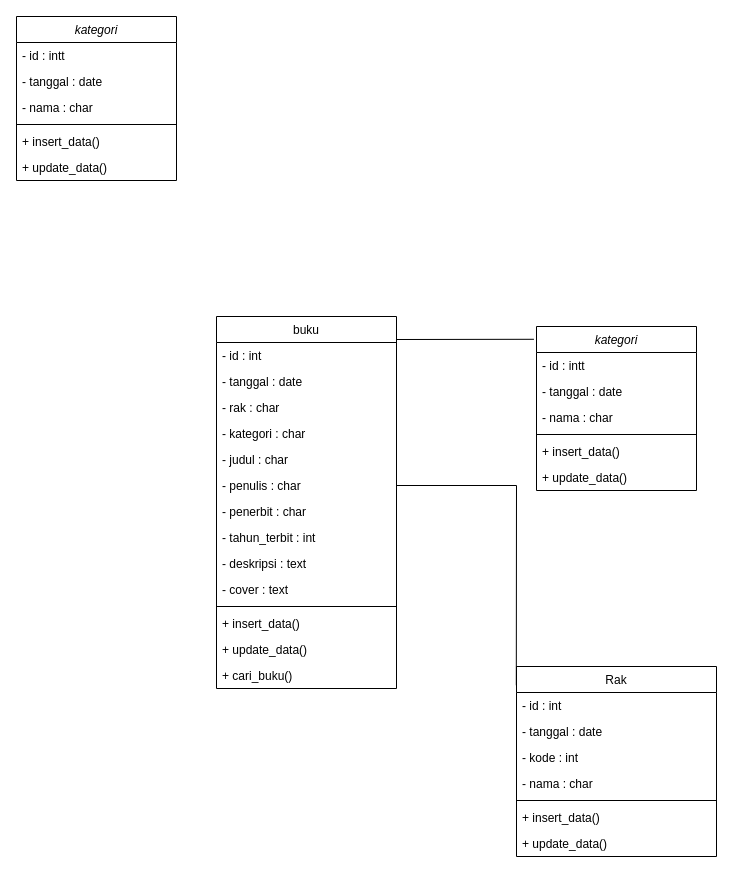
Above: DiagramClass.drawio in oneoneteam/perpus-digital (draw.io), before the change. Source tidied: cells renumbered, new cells numbered last; positions are measured from the earlier drawing's top-left corner, leaving out a move shared by most shapes. Both pictures are drawn from the tidied source at 100%, with x=0, y=0 at pixel (16, 16).
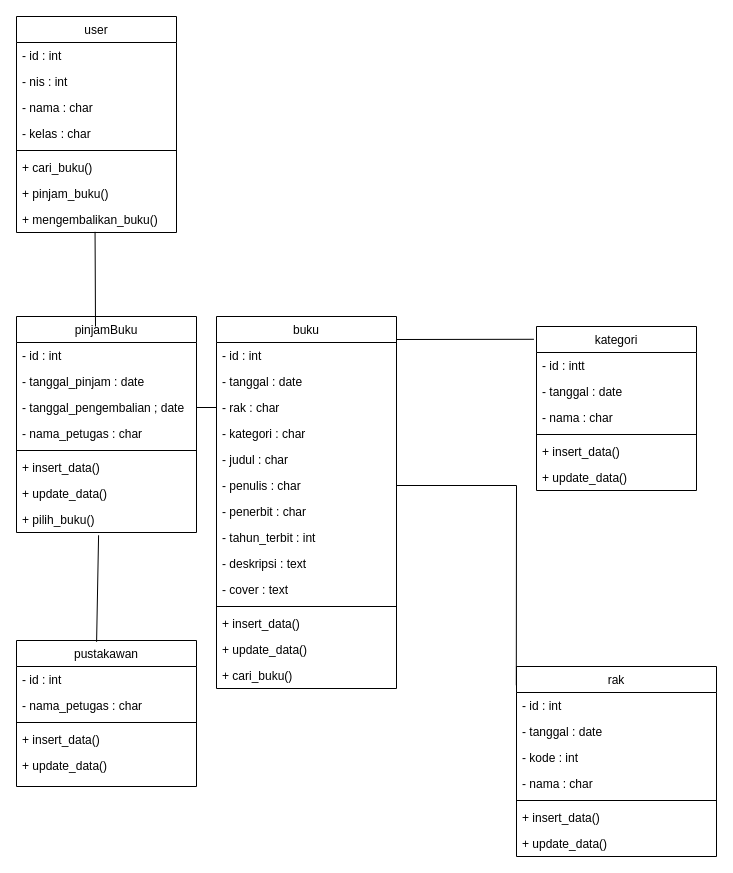
The same page after the edit.

The change refers to these unchanged cells:
```xml
<mxCell id="20" value="- rak : char" style="text;align=left;verticalAlign=top;spacingLeft=4;spacingRight=4;overflow=hidden;points=[[0,0.5],[1,0.5]];portConstraint=eastwest;" parent="17" vertex="1">
  <mxGeometry y="78" width="180" height="26" as="geometry" />
</mxCell>
```

Change to the diagram source:
```diff
@@
-    <mxCell id="2" value="kategori" style="swimlane;fontStyle=2;align=center;verticalAlign=top;horizontal=1;startSize=26;rounded=0;shadow=0;strokeWidth=1;" parent="1" vertex="1">
+    <mxCell id="2" value="kategori" style="swimlane;fontStyle=0;align=center;verticalAlign=top;horizontal=1;startSize=26;rounded=0;shadow=0;strokeWidth=1;" parent="1" vertex="1">
       <mxGeometry x="520" y="310" width="160" height="164" as="geometry" />
     </mxCell>
@@
-    <mxCell id="9" value="Rak" style="swimlane;fontStyle=0;align=center;verticalAlign=top;horizontal=1;startSize=26;rounded=0;shadow=0;strokeWidth=1;" parent="1" vertex="1">
+    <mxCell id="9" value="rak&#10;" style="swimlane;fontStyle=0;align=center;verticalAlign=top;horizontal=1;startSize=26;rounded=0;shadow=0;strokeWidth=1;" parent="1" vertex="1">
       <mxGeometry x="500" y="650" width="200" height="190" as="geometry" />
     </mxCell>
@@
-    <mxCell id="34" value="kategori" style="swimlane;fontStyle=2;align=center;verticalAlign=top;horizontal=1;startSize=26;rounded=0;shadow=0;strokeWidth=1;" parent="1" vertex="1">
-      <mxGeometry width="160" height="164" as="geometry" />
+    <mxCell id="34" value="user" style="swimlane;fontStyle=0;align=center;verticalAlign=top;horizontal=1;startSize=26;rounded=0;shadow=0;strokeWidth=1;" parent="1" vertex="1">
+      <mxGeometry width="160" height="216" as="geometry" />
     </mxCell>
-    <mxCell id="35" value="- id : intt" style="text;align=left;verticalAlign=top;spacingLeft=4;spacingRight=4;overflow=hidden;" parent="34" vertex="1">
+    <mxCell id="35" value="- id : int" style="text;align=left;verticalAlign=top;spacingLeft=4;spacingRight=4;overflow=hidden;" parent="34" vertex="1">
       <mxGeometry y="26" width="160" height="26" as="geometry" />
     </mxCell>
-    <mxCell id="36" value="- tanggal : date" style="text;align=left;verticalAlign=top;spacingLeft=4;spacingRight=4;overflow=hidden;rounded=0;shadow=0;html=0;" parent="34" vertex="1">
+    <mxCell id="36" value="- nis : int" style="text;align=left;verticalAlign=top;spacingLeft=4;spacingRight=4;overflow=hidden;rounded=0;shadow=0;html=0;" parent="34" vertex="1">
       <mxGeometry y="52" width="160" height="26" as="geometry" />
     </mxCell>
+    <mxCell id="41" value="- nama : char&#10;" style="text;align=left;verticalAlign=top;spacingLeft=4;spacingRight=4;overflow=hidden;rounded=0;shadow=0;html=0;" parent="34" vertex="1">
+      <mxGeometry y="78" width="160" height="26" as="geometry" />
+    </mxCell>
-    <mxCell id="37" value="- nama : char&#10;" style="text;align=left;verticalAlign=top;spacingLeft=4;spacingRight=4;overflow=hidden;rounded=0;shadow=0;html=0;" parent="34" vertex="1">
-      <mxGeometry y="78" width="160" height="26" as="geometry" />
+    <mxCell id="37" value="- kelas : char" style="text;align=left;verticalAlign=top;spacingLeft=4;spacingRight=4;overflow=hidden;rounded=0;shadow=0;html=0;" parent="34" vertex="1">
+      <mxGeometry y="104" width="160" height="26" as="geometry" />
     </mxCell>
     <mxCell id="38" style="line;html=1;strokeWidth=1;align=left;verticalAlign=middle;spacingTop=-1;spacingLeft=3;spacingRight=3;labelPosition=right;" parent="34" vertex="1">
-      <mxGeometry y="104" width="160" height="8" as="geometry" />
+      <mxGeometry y="130" width="160" height="8" as="geometry" />
     </mxCell>
-    <mxCell id="39" value="+ insert_data()&#10;" style="text;align=left;verticalAlign=top;spacingLeft=4;spacingRight=4;overflow=hidden;" parent="34" vertex="1">
-      <mxGeometry y="112" width="160" height="26" as="geometry" />
+    <mxCell id="39" value="+ cari_buku()" style="text;align=left;verticalAlign=top;spacingLeft=4;spacingRight=4;overflow=hidden;" parent="34" vertex="1">
+      <mxGeometry y="138" width="160" height="26" as="geometry" />
     </mxCell>
-    <mxCell id="40" value="+ update_data()&#10;" style="text;align=left;verticalAlign=top;spacingLeft=4;spacingRight=4;overflow=hidden;" parent="34" vertex="1">
-      <mxGeometry y="138" width="160" height="26" as="geometry" />
+    <mxCell id="40" value="+ pinjam_buku()" style="text;align=left;verticalAlign=top;spacingLeft=4;spacingRight=4;overflow=hidden;" parent="34" vertex="1">
+      <mxGeometry y="164" width="160" height="26" as="geometry" />
     </mxCell>
+    <mxCell id="42" value="+ mengembalikan_buku()" style="text;align=left;verticalAlign=top;spacingLeft=4;spacingRight=4;overflow=hidden;points=[[0,0.5],[1,0.5]];portConstraint=eastwest;" parent="34" vertex="1">
+      <mxGeometry y="190" width="160" height="26" as="geometry" />
+    </mxCell>
+    <mxCell id="43" style="endArrow=none;html=1;rounded=0;entryX=1;entryY=0.5;entryDx=0;entryDy=0;exitX=0;exitY=0.5;exitDx=0;exitDy=0;" parent="1" edge="1" source="20" target="47">
+      <mxGeometry relative="1" as="geometry" />
+    </mxCell>
+    <mxCell id="44" value="pinjamBuku" style="swimlane;fontStyle=0;align=center;verticalAlign=top;horizontal=1;startSize=26;rounded=0;shadow=0;strokeWidth=1;" parent="1" vertex="1">
+      <mxGeometry y="300" width="180" height="216" as="geometry" />
+    </mxCell>
+    <mxCell id="45" value="- id : int" style="text;align=left;verticalAlign=top;spacingLeft=4;spacingRight=4;overflow=hidden;" parent="44" vertex="1">
+      <mxGeometry y="26" width="180" height="26" as="geometry" />
+    </mxCell>
+    <mxCell id="46" value="- tanggal_pinjam : date" style="text;align=left;verticalAlign=top;spacingLeft=4;spacingRight=4;overflow=hidden;rounded=0;shadow=0;html=0;" parent="44" vertex="1">
+      <mxGeometry y="52" width="180" height="26" as="geometry" />
+    </mxCell>
+    <mxCell id="47" value="- tanggal_pengembalian ; date" style="text;align=left;verticalAlign=top;spacingLeft=4;spacingRight=4;overflow=hidden;points=[[0,0.5],[1,0.5]];portConstraint=eastwest;rounded=0;shadow=0;html=0;" parent="44" vertex="1">
+      <mxGeometry y="78" width="180" height="26" as="geometry" />
+    </mxCell>
+    <mxCell id="48" value="- nama_petugas : char" style="text;align=left;verticalAlign=top;spacingLeft=4;spacingRight=4;overflow=hidden;rounded=0;shadow=0;html=0;" parent="44" vertex="1">
+      <mxGeometry y="104" width="180" height="26" as="geometry" />
+    </mxCell>
+    <mxCell id="49" style="line;html=1;strokeWidth=1;align=left;verticalAlign=middle;spacingTop=-1;spacingLeft=3;spacingRight=3;labelPosition=right;" parent="44" vertex="1">
+      <mxGeometry y="130" width="180" height="8" as="geometry" />
+    </mxCell>
+    <mxCell id="50" value="+ insert_data()" style="text;align=left;verticalAlign=top;spacingLeft=4;spacingRight=4;overflow=hidden;" parent="44" vertex="1">
+      <mxGeometry y="138" width="180" height="26" as="geometry" />
+    </mxCell>
+    <mxCell id="51" value="+ update_data()" style="text;align=left;verticalAlign=top;spacingLeft=4;spacingRight=4;overflow=hidden;" parent="44" vertex="1">
+      <mxGeometry y="164" width="180" height="26" as="geometry" />
+    </mxCell>
+    <mxCell id="52" value="+ pilih_buku()" style="text;align=left;verticalAlign=top;spacingLeft=4;spacingRight=4;overflow=hidden;points=[[0,0.5],[1,0.5]];portConstraint=eastwest;" parent="44" vertex="1">
+      <mxGeometry y="190" width="180" height="26" as="geometry" />
+    </mxCell>
+    <mxCell id="53" value="pustakawan" style="swimlane;fontStyle=0;align=center;verticalAlign=top;horizontal=1;startSize=26;rounded=0;shadow=0;strokeWidth=1;" parent="1" vertex="1">
+      <mxGeometry y="624" width="180" height="146" as="geometry" />
+    </mxCell>
+    <mxCell id="54" value="- id : int" style="text;align=left;verticalAlign=top;spacingLeft=4;spacingRight=4;overflow=hidden;" parent="53" vertex="1">
+      <mxGeometry y="26" width="180" height="26" as="geometry" />
+    </mxCell>
+    <mxCell id="55" value="- nama_petugas : char" style="text;align=left;verticalAlign=top;spacingLeft=4;spacingRight=4;overflow=hidden;rounded=0;shadow=0;html=0;" parent="53" vertex="1">
+      <mxGeometry y="52" width="180" height="26" as="geometry" />
+    </mxCell>
+    <mxCell id="56" style="line;html=1;strokeWidth=1;align=left;verticalAlign=middle;spacingTop=-1;spacingLeft=3;spacingRight=3;labelPosition=right;" parent="53" vertex="1">
+      <mxGeometry y="78" width="180" height="8" as="geometry" />
+    </mxCell>
+    <mxCell id="57" value="+ insert_data()" style="text;align=left;verticalAlign=top;spacingLeft=4;spacingRight=4;overflow=hidden;" parent="53" vertex="1">
+      <mxGeometry y="86" width="180" height="26" as="geometry" />
+    </mxCell>
+    <mxCell id="58" value="+ update_data()" style="text;align=left;verticalAlign=top;spacingLeft=4;spacingRight=4;overflow=hidden;" parent="53" vertex="1">
+      <mxGeometry y="112" width="180" height="26" as="geometry" />
+    </mxCell>
+    <mxCell id="59" style="endArrow=none;html=1;rounded=0;entryX=0.491;entryY=0.975;entryDx=0;entryDy=0;entryPerimeter=0;" parent="1" edge="1" target="42">
+      <mxGeometry relative="1" as="geometry">
+        <mxPoint x="79" y="310" as="sourcePoint" />
+      </mxGeometry>
+    </mxCell>
+    <mxCell id="60" style="endArrow=none;html=1;rounded=0;exitX=0.445;exitY=0.009;exitDx=0;exitDy=0;exitPerimeter=0;entryX=0.456;entryY=1.106;entryDx=0;entryDy=0;entryPerimeter=0;" parent="1" edge="1" source="53" target="52">
+      <mxGeometry relative="1" as="geometry" />
+    </mxCell>
```
